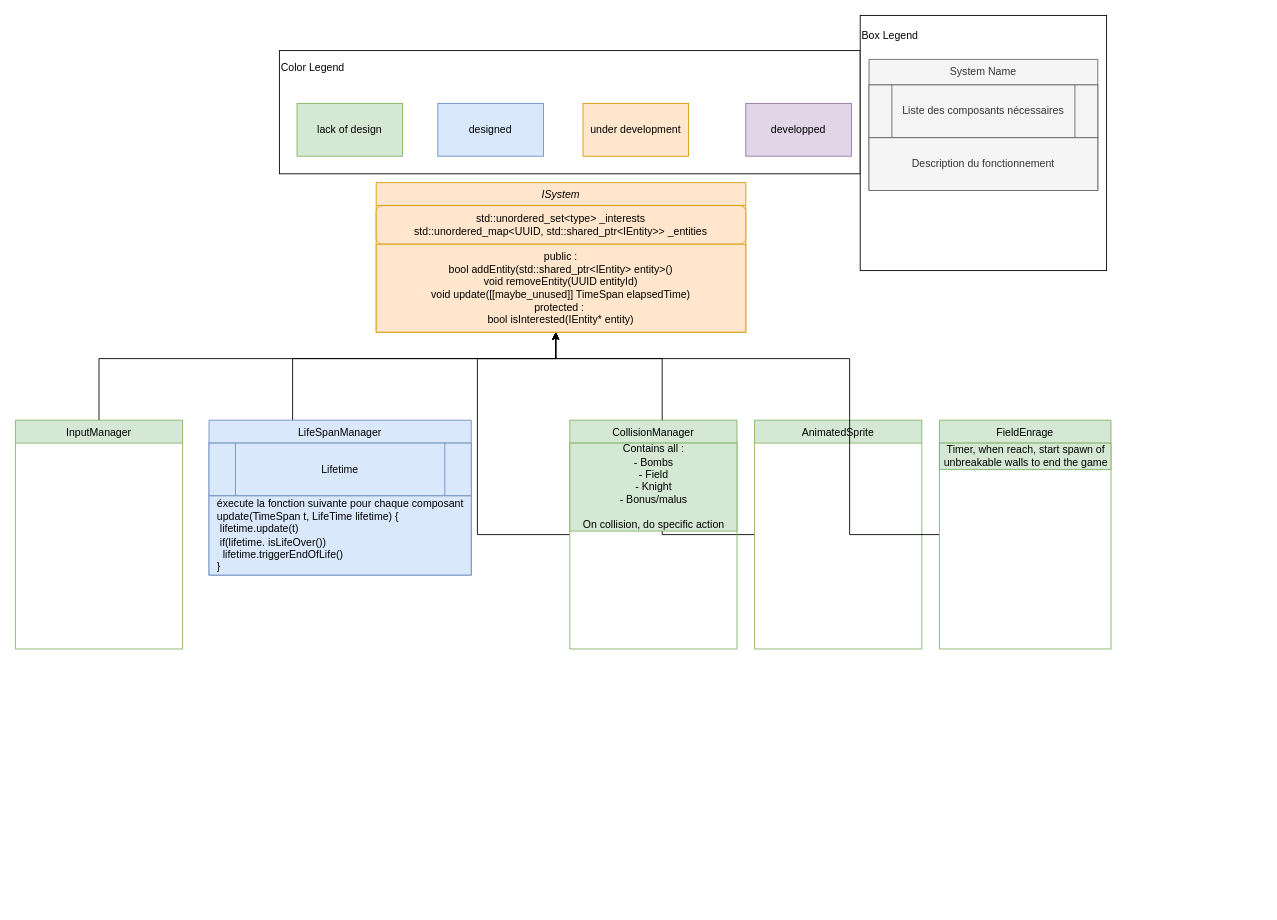
Above: page "Systems" (3 of 5) of doc/UMLGeneralFramework.drawio in Kragoum/BomberKnight (draw.io), before the change. Source tidied: cells renumbered, new cells numbered last; positions are measured from the earlier drawing's top-left corner, leaving out a move shared by most shapes. Both pictures are drawn from the tidied source at 88%, with x=0, y=0 at pixel (15, 15).
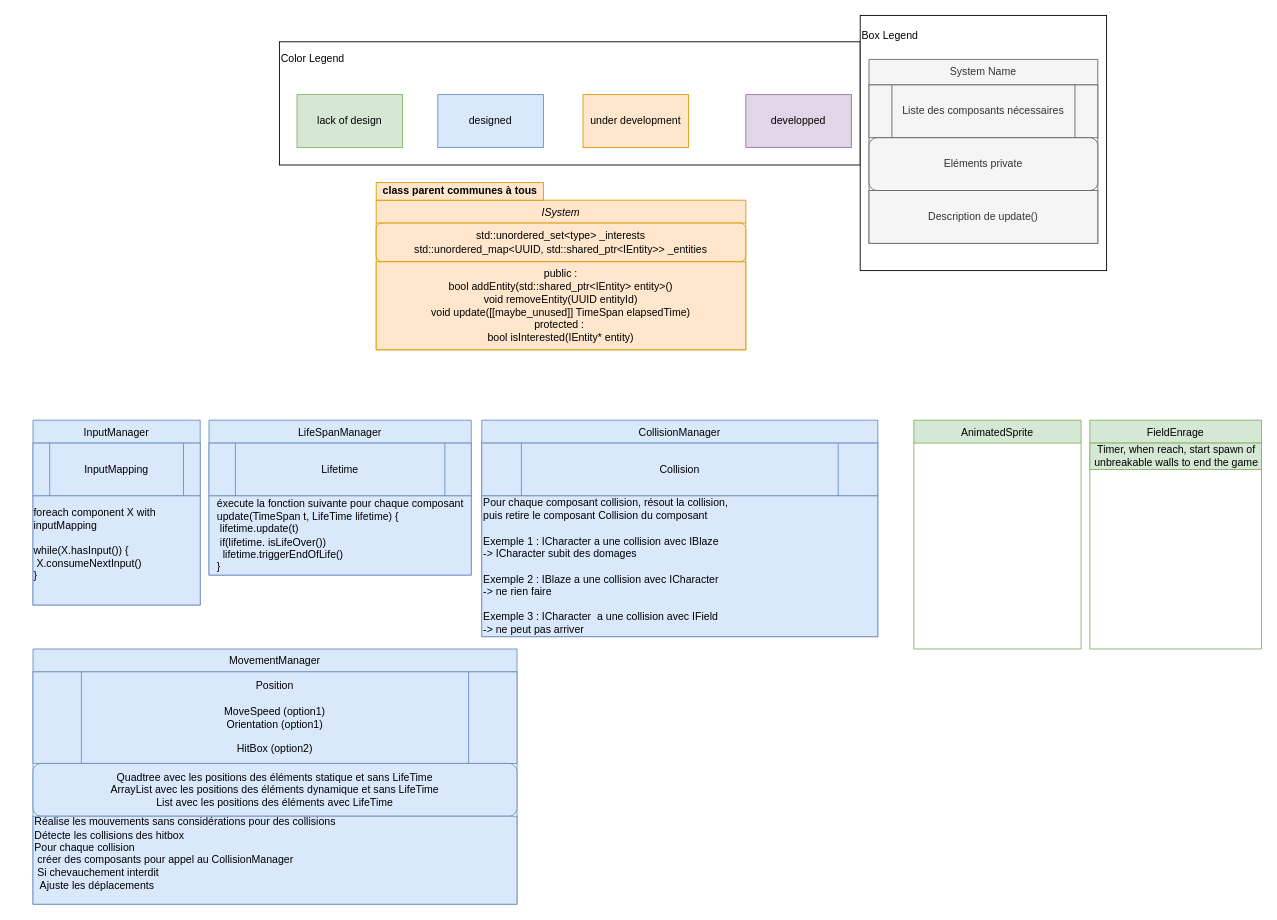
The same diagram, later.

Unchanged cells that the change refers to:
```xml
<mxCell id="4" value="public :&lt;br&gt;bool addEntity(std::shared_ptr&amp;lt;IEntity&amp;gt; entity&amp;gt;()&lt;br&gt;void removeEntity(UUID entityId)&lt;br&gt;void update([[maybe_unused]] TimeSpan elapsedTime)&lt;br&gt;protected :&amp;nbsp;&lt;br&gt;bool isInterested(IEntity* entity)" style="rounded=0;whiteSpace=wrap;html=1;labelBackgroundColor=none;fillColor=#ffe6cc;strokeColor=#d79b00;" parent="2" vertex="1">
  <mxGeometry y="70" width="420" height="100" as="geometry" />
</mxCell>
<mxCell id="6" value="LifeSpanManager" style="swimlane;fontStyle=0;align=center;verticalAlign=top;horizontal=1;startSize=26;rounded=0;shadow=0;strokeWidth=1;fillColor=#dae8fc;strokeColor=#6c8ebf;" parent="1" vertex="1">
  <mxGeometry x="220" y="460" width="298" height="176" as="geometry" />
</mxCell>
<mxCell id="25" style="group;" parent="1" vertex="1">
  <mxGeometry x="960" width="280" height="290" as="geometry" />
</mxCell>
```

Change to the diagram source:
```diff
@@
     <mxCell id="2" value="ISystem" style="swimlane;fontStyle=2;align=center;verticalAlign=top;horizontal=1;startSize=26;rounded=0;shadow=0;strokeWidth=1;fillColor=#ffe6cc;strokeColor=#d79b00;" parent="1" vertex="1">
-      <mxGeometry x="410" y="190" width="420" height="170" as="geometry" />
+      <mxGeometry x="410" y="210" width="420" height="170" as="geometry" />
     </mxCell>
@@
-    <mxCell id="5" style="edgeStyle=orthogonalEdgeStyle;rounded=0;jettySize=auto;html=1;fontFamily=Helvetica;fontColor=default;endArrow=classic;endFill=1;" parent="1" edge="1" source="6" target="4">
-      <mxGeometry relative="1" as="geometry">
-        <Array as="points">
-          <mxPoint x="315" y="390" />
-          <mxPoint x="614" y="390" />
-        </Array>
-      </mxGeometry>
-    </mxCell>
@@
-    <mxCell id="9" style="edgeStyle=orthogonalEdgeStyle;rounded=0;jettySize=auto;html=1;fontFamily=Helvetica;fontColor=default;endArrow=classic;endFill=1;" parent="1" edge="1" source="10" target="4">
-      <mxGeometry relative="1" as="geometry">
-        <Array as="points">
-          <mxPoint x="735" y="390" />
-          <mxPoint x="614" y="390" />
-        </Array>
-      </mxGeometry>
-    </mxCell>
     <mxCell id="10" value="AnimatedSprite" style="swimlane;fontStyle=0;align=center;verticalAlign=top;horizontal=1;startSize=26;rounded=0;shadow=0;strokeWidth=1;fillColor=#d5e8d4;strokeColor=#82b366;" parent="1" vertex="1">
-      <mxGeometry x="840" y="460" width="190" height="260" as="geometry" />
+      <mxGeometry x="1021" y="460" width="190" height="260" as="geometry" />
     </mxCell>
-    <mxCell id="11" style="edgeStyle=orthogonalEdgeStyle;rounded=0;jettySize=auto;html=1;fontFamily=Helvetica;fontColor=default;endArrow=classic;endFill=1;" parent="1" edge="1" source="12" target="4">
-      <mxGeometry relative="1" as="geometry">
-        <Array as="points">
-          <mxPoint x="525" y="390" />
-          <mxPoint x="614" y="390" />
-        </Array>
-      </mxGeometry>
-    </mxCell>
-    <mxCell id="12" value="CollisionManager&#10;" style="swimlane;fontStyle=0;align=center;verticalAlign=top;horizontal=1;startSize=26;rounded=0;shadow=0;strokeWidth=1;fillColor=#d5e8d4;strokeColor=#82b366;" parent="1" vertex="1">
-      <mxGeometry x="630" y="460" width="190" height="260" as="geometry" />
+    <mxCell id="12" value="CollisionManager&#10;" style="swimlane;fontStyle=0;align=center;verticalAlign=top;horizontal=1;startSize=26;rounded=0;shadow=0;strokeWidth=1;fillColor=#dae8fc;strokeColor=#6c8ebf;" parent="1" vertex="1">
+      <mxGeometry x="530" y="460" width="450" height="246" as="geometry" />
     </mxCell>
-    <mxCell id="13" value="Contains all :&lt;br&gt;- Bombs&lt;br&gt;- Field&lt;br&gt;- Knight&lt;br&gt;- Bonus/malus&lt;br&gt;&lt;br&gt;On collision, do specific action" style="text;html=1;align=center;verticalAlign=middle;strokeColor=#82b366;fillColor=#d5e8d4;" parent="12" vertex="1">
-      <mxGeometry y="26" width="190" height="100" as="geometry" />
-    </mxCell>
-    <mxCell id="14" style="edgeStyle=orthogonalEdgeStyle;rounded=0;jettySize=auto;html=1;fontFamily=Helvetica;fontColor=default;endArrow=classic;endFill=1;" parent="1" edge="1" source="15" target="4">
-      <mxGeometry relative="1" as="geometry">
-        <Array as="points">
-          <mxPoint x="948" y="390" />
-          <mxPoint x="614" y="390" />
-        </Array>
-      </mxGeometry>
-    </mxCell>
+    <mxCell id="30" value="&lt;span style=&quot;&quot;&gt;Collision&lt;/span&gt;" style="shape=process;whiteSpace=wrap;html=1;backgroundOutline=1;fillColor=#dae8fc;strokeColor=#6c8ebf;" parent="12" vertex="1">
+      <mxGeometry y="26" width="450" height="60" as="geometry" />
+    </mxCell>
+    <mxCell id="31" value="&lt;div style=&quot;&quot;&gt;Pour chaque composant collision, résout la collision,&lt;/div&gt;&lt;div style=&quot;&quot;&gt;puis retire le composant Collision du composant&lt;/div&gt;&lt;div style=&quot;&quot;&gt;&lt;br&gt;&lt;/div&gt;&lt;div style=&quot;&quot;&gt;Exemple 1 : ICharacter a une collision avec&amp;nbsp;&lt;span style=&quot;background-color: initial;&quot;&gt;IBlaze&lt;/span&gt;&lt;/div&gt;&lt;div style=&quot;&quot;&gt;-&amp;gt; ICharacter subit des domages&lt;br&gt;&lt;/div&gt;&lt;div style=&quot;&quot;&gt;&lt;br&gt;&lt;/div&gt;&lt;div style=&quot;&quot;&gt;Exemple 2 : IBlaze a une collision avec&amp;nbsp;&lt;span style=&quot;background-color: initial;&quot;&gt;ICharacter&lt;/span&gt;&lt;/div&gt;&lt;div style=&quot;&quot;&gt;&lt;span style=&quot;background-color: initial;&quot;&gt;-&amp;gt; ne rien faire&lt;/span&gt;&lt;/div&gt;&lt;div style=&quot;&quot;&gt;&lt;span style=&quot;background-color: initial;&quot;&gt;&lt;br&gt;&lt;/span&gt;&lt;/div&gt;&lt;div style=&quot;&quot;&gt;Exemple 3 : ICharacter&amp;nbsp; a une collision avec IField&lt;/div&gt;&lt;div style=&quot;&quot;&gt;-&amp;gt; ne peut pas arriver&lt;/div&gt;" style="text;html=1;align=left;verticalAlign=middle;strokeColor=#6c8ebf;fillColor=#dae8fc;" parent="12" vertex="1">
+      <mxGeometry y="86" width="450" height="160" as="geometry" />
+    </mxCell>
     <mxCell id="15" value="FieldEnrage" style="swimlane;fontStyle=0;align=center;verticalAlign=top;horizontal=1;startSize=26;rounded=0;shadow=0;strokeWidth=1;fillColor=#d5e8d4;strokeColor=#82b366;" parent="1" vertex="1">
-      <mxGeometry x="1050" y="460" width="195" height="260" as="geometry" />
+      <mxGeometry x="1221" y="460" width="195" height="260" as="geometry" />
     </mxCell>
@@
-    <mxCell id="17" style="edgeStyle=orthogonalEdgeStyle;rounded=0;jettySize=auto;html=1;fontFamily=Helvetica;fontColor=default;endArrow=classic;endFill=1;" parent="1" edge="1" source="18" target="4">
-      <mxGeometry relative="1" as="geometry">
-        <Array as="points">
-          <mxPoint x="95" y="390" />
-          <mxPoint x="614" y="390" />
-        </Array>
-      </mxGeometry>
-    </mxCell>
-    <mxCell id="18" value="InputManager" style="swimlane;fontStyle=0;align=center;verticalAlign=top;horizontal=1;startSize=26;rounded=0;shadow=0;strokeWidth=1;fillColor=#d5e8d4;strokeColor=#82b366;" parent="1" vertex="1">
-      <mxGeometry y="460" width="190" height="260" as="geometry" />
+    <mxCell id="18" value="InputManager" style="swimlane;fontStyle=0;align=center;verticalAlign=top;horizontal=1;startSize=26;rounded=0;shadow=0;strokeWidth=1;fillColor=#dae8fc;strokeColor=#6c8ebf;" parent="1" vertex="1">
+      <mxGeometry x="20" y="460" width="190" height="210" as="geometry" />
     </mxCell>
+    <mxCell id="32" value="InputMapping" style="shape=process;whiteSpace=wrap;html=1;backgroundOutline=1;fillColor=#dae8fc;strokeColor=#6c8ebf;" parent="18" vertex="1">
+      <mxGeometry y="26" width="190" height="60" as="geometry" />
+    </mxCell>
+    <mxCell id="33" value="&lt;div style=&quot;text-align: left;&quot;&gt;&lt;span style=&quot;background-color: initial;&quot;&gt;foreach component X with inputMapping&lt;/span&gt;&lt;/div&gt;&lt;div style=&quot;text-align: left;&quot;&gt;&lt;span style=&quot;background-color: initial;&quot;&gt;&lt;br&gt;&lt;/span&gt;&lt;/div&gt;&lt;span style=&quot;background-color: initial;&quot;&gt;&lt;div style=&quot;text-align: left;&quot;&gt;&lt;span style=&quot;background-color: initial;&quot;&gt;while(X.hasInput()) {&lt;/span&gt;&lt;/div&gt;&lt;/span&gt;&lt;span style=&quot;background-color: initial; white-space: pre;&quot;&gt;&lt;div style=&quot;text-align: left;&quot;&gt;&lt;span style=&quot;background-color: initial;&quot;&gt; &lt;/span&gt;&lt;span style=&quot;background-color: initial; white-space: normal;&quot;&gt;X.consumeNextInput()&lt;/span&gt;&lt;/div&gt;&lt;/span&gt;&lt;div style=&quot;text-align: left;&quot;&gt;&lt;span style=&quot;background-color: initial;&quot;&gt;}&lt;/span&gt;&lt;/div&gt;&lt;div style=&quot;text-align: left;&quot;&gt;&lt;br&gt;&lt;/div&gt;" style="rounded=0;whiteSpace=wrap;html=1;fillColor=#dae8fc;strokeColor=#6c8ebf;" parent="18" vertex="1">
+      <mxGeometry y="86" width="190" height="124" as="geometry" />
+    </mxCell>
     <mxCell id="19" style="group;" parent="1" vertex="1">
-      <mxGeometry x="300" y="40" width="660" height="140" as="geometry" />
+      <mxGeometry x="300" y="30" width="660" height="140" as="geometry" />
     </mxCell>
@@
     <mxCell id="27" value="System Name" style="swimlane;fontStyle=0;align=center;verticalAlign=top;horizontal=1;startSize=29;rounded=0;shadow=0;strokeWidth=1;fillColor=#f5f5f5;strokeColor=#666666;fontColor=#333333;" parent="25" vertex="1">
-      <mxGeometry x="10" y="50" width="260" height="149" as="geometry" />
+      <mxGeometry x="10" y="50" width="260" height="209" as="geometry" />
     </mxCell>
@@
+    <mxCell id="34" value="Eléments private" style="rounded=1;whiteSpace=wrap;html=1;fillColor=#f5f5f5;fontColor=#333333;strokeColor=#666666;" parent="27" vertex="1">
+      <mxGeometry y="89" width="260" height="60" as="geometry" />
+    </mxCell>
-    <mxCell id="29" value="Description du fonctionnement" style="rounded=0;whiteSpace=wrap;html=1;fillColor=#f5f5f5;strokeColor=#666666;fontColor=#333333;" parent="27" vertex="1">
-      <mxGeometry y="89" width="260" height="60" as="geometry" />
+    <mxCell id="29" value="Description de&amp;nbsp;update()" style="rounded=0;whiteSpace=wrap;html=1;fillColor=#f5f5f5;strokeColor=#666666;fontColor=#333333;" parent="27" vertex="1">
+      <mxGeometry y="149" width="260" height="60" as="geometry" />
     </mxCell>
+    <mxCell id="35" value="&lt;b&gt;class parent communes à tous&lt;/b&gt;" style="text;html=1;align=center;verticalAlign=middle;strokeColor=#d79b00;fillColor=#ffe6cc;" parent="1" vertex="1">
+      <mxGeometry x="410" y="190" width="190" height="20" as="geometry" />
+    </mxCell>
+    <mxCell id="36" value="MovementManager" style="swimlane;fontStyle=0;align=center;verticalAlign=top;horizontal=1;startSize=26;rounded=0;shadow=0;strokeWidth=1;fillColor=#dae8fc;strokeColor=#6c8ebf;" parent="1" vertex="1">
+      <mxGeometry x="20" y="720" width="550" height="290" as="geometry" />
+    </mxCell>
+    <mxCell id="37" value="Position&lt;span style=&quot;&quot;&gt;&lt;br&gt;&lt;br&gt;MoveSpeed (option1)&lt;/span&gt;&lt;br&gt;Orientation (option1)&lt;br&gt;&lt;br&gt;HitBox (option2)" style="shape=process;whiteSpace=wrap;html=1;backgroundOutline=1;fillColor=#dae8fc;strokeColor=#6c8ebf;" parent="36" vertex="1">
+      <mxGeometry y="26" width="550" height="104" as="geometry" />
+    </mxCell>
+    <mxCell id="38" value="Quadtree avec les positions des éléments statique et sans LifeTime&lt;br&gt;ArrayList avec les positions des éléments dynamique et sans LifeTime&lt;br&gt;List avec les positions des éléments avec LifeTime" style="rounded=1;whiteSpace=wrap;html=1;fillColor=#dae8fc;strokeColor=#6c8ebf;" parent="36" vertex="1">
+      <mxGeometry y="130" width="550" height="60" as="geometry" />
+    </mxCell>
+    <mxCell id="39" value="&lt;div style=&quot;&quot;&gt;Réalise les mouvements sans considérations pour des collisions&lt;/div&gt;&lt;div style=&quot;&quot;&gt;Détecte les collisions des hitbox&lt;/div&gt;&lt;div style=&quot;&quot;&gt;Pour chaque collision&lt;/div&gt;&lt;div style=&quot;&quot;&gt;&lt;span style=&quot;white-space: pre;&quot;&gt; &lt;/span&gt;créer des composants pour appel au CollisionManager&lt;/div&gt;&lt;div style=&quot;&quot;&gt;&lt;span style=&quot;white-space: pre;&quot;&gt; &lt;/span&gt;Si chevauchement interdit&lt;br&gt;&lt;/div&gt;&lt;div style=&quot;&quot;&gt;&lt;span style=&quot;white-space: pre;&quot;&gt; &lt;span style=&quot;white-space: pre;&quot;&gt; &lt;/span&gt;&lt;/span&gt;&lt;span style=&quot;background-color: initial;&quot;&gt;Ajuste les déplacements&lt;/span&gt;&lt;/div&gt;&lt;div style=&quot;&quot;&gt;&lt;br&gt;&lt;/div&gt;" style="text;html=1;align=left;verticalAlign=middle;strokeColor=#6c8ebf;fillColor=#dae8fc;" parent="36" vertex="1">
+      <mxGeometry y="190" width="550" height="100" as="geometry" />
+    </mxCell>
```
